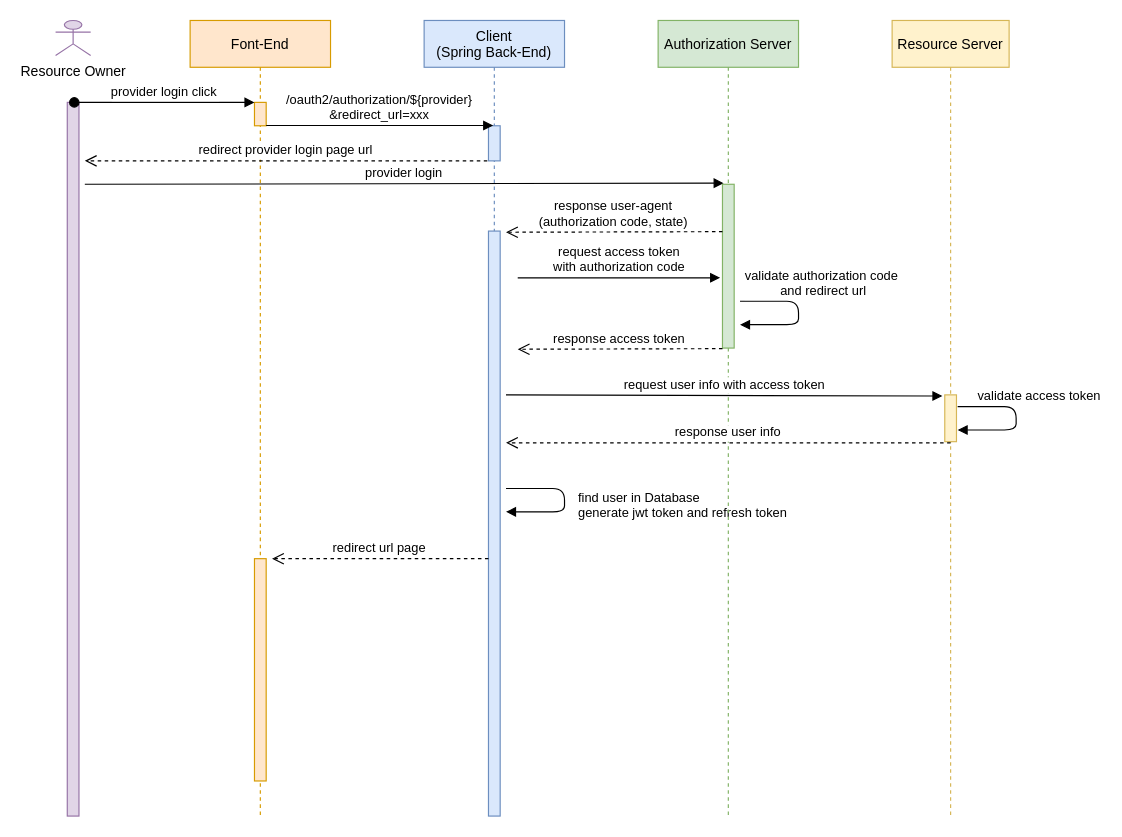
Before: oauth-jwt/Authorization Code Grant sequence diagram.drawio in donghyeok-dev/demo, a draw.io diagram. Source tidied: cells renumbered, new cells numbered last; positions are measured from the earlier drawing's top-left corner, leaving out a move shared by most shapes. Both pictures are drawn from the tidied source at 117%, with x=0, y=0 at pixel (55, 20).
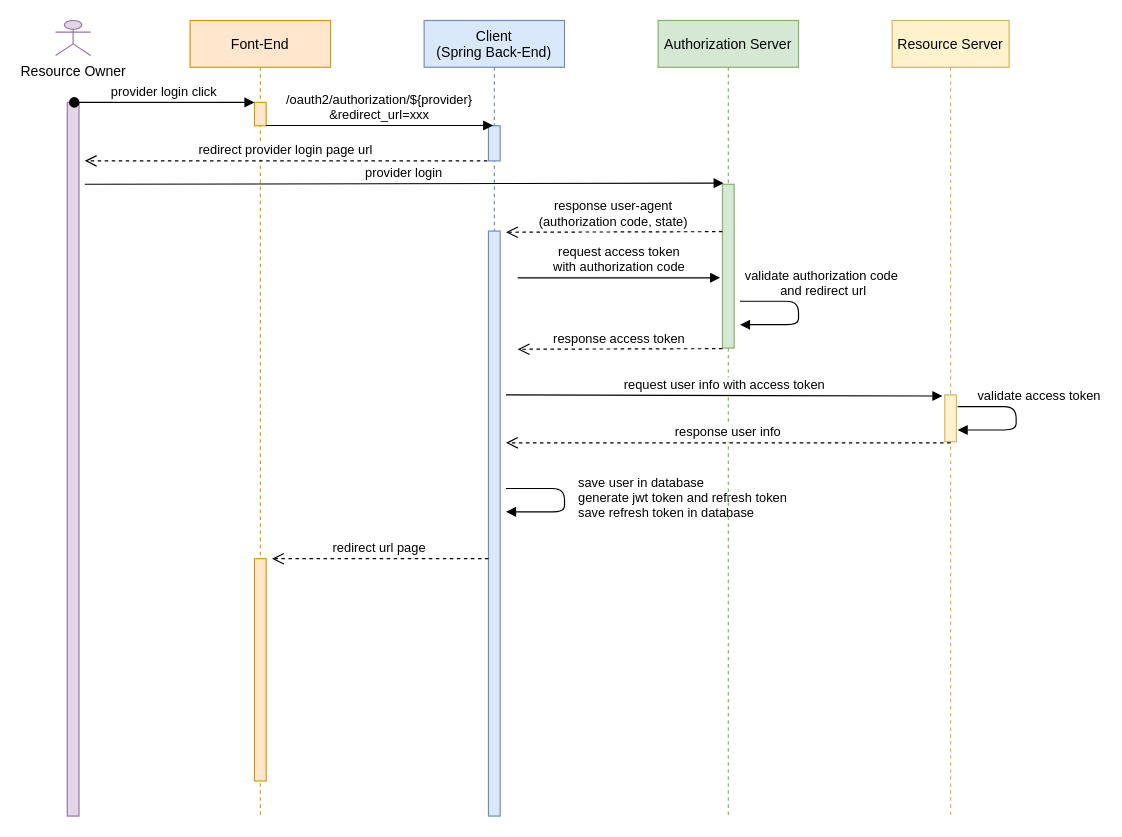
The same diagram, later.

The change refers to these unchanged cells:
```xml
<mxCell id="7" value="Client&#10;(Spring Back-End)" style="shape=umlLifeline;perimeter=lifelinePerimeter;rounded=0;shadow=0;strokeWidth=1;fillColor=#dae8fc;strokeColor=#6c8ebf;" parent="1" vertex="1">
  <mxGeometry x="315" width="120" height="680" as="geometry" />
</mxCell>
```

Diff of the diagram source:
```diff
@@
-    <mxCell id="10" value="find user in Database&#10;generate jwt token and refresh token" style="verticalAlign=bottom;endArrow=block;shadow=0;strokeWidth=1;align=left;" parent="7" edge="1">
+    <mxCell id="10" value="save user in database&#10;generate jwt token and refresh token&#10;save refresh token in database" style="verticalAlign=bottom;endArrow=block;shadow=0;strokeWidth=1;align=left;" parent="7" edge="1">
       <mxGeometry x="0.17" y="14" relative="1" as="geometry">
         <mxPoint x="70" y="400" as="sourcePoint" />
         <mxPoint x="70" y="420" as="targetPoint" />
         <Array as="points">
           <mxPoint x="120" y="400" />
           <mxPoint x="120" y="420" />
         </Array>
         <mxPoint x="10" y="-4" as="offset" />
       </mxGeometry>
     </mxCell>
```
